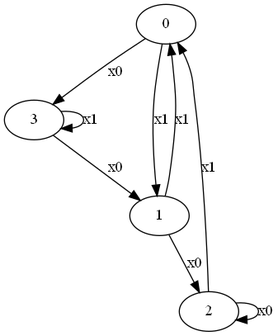
Before: transfer/graph.png, a diagram exported from Graphviz (waslost0/tafl). Its source is kept beside it as transfer/graph.dot.
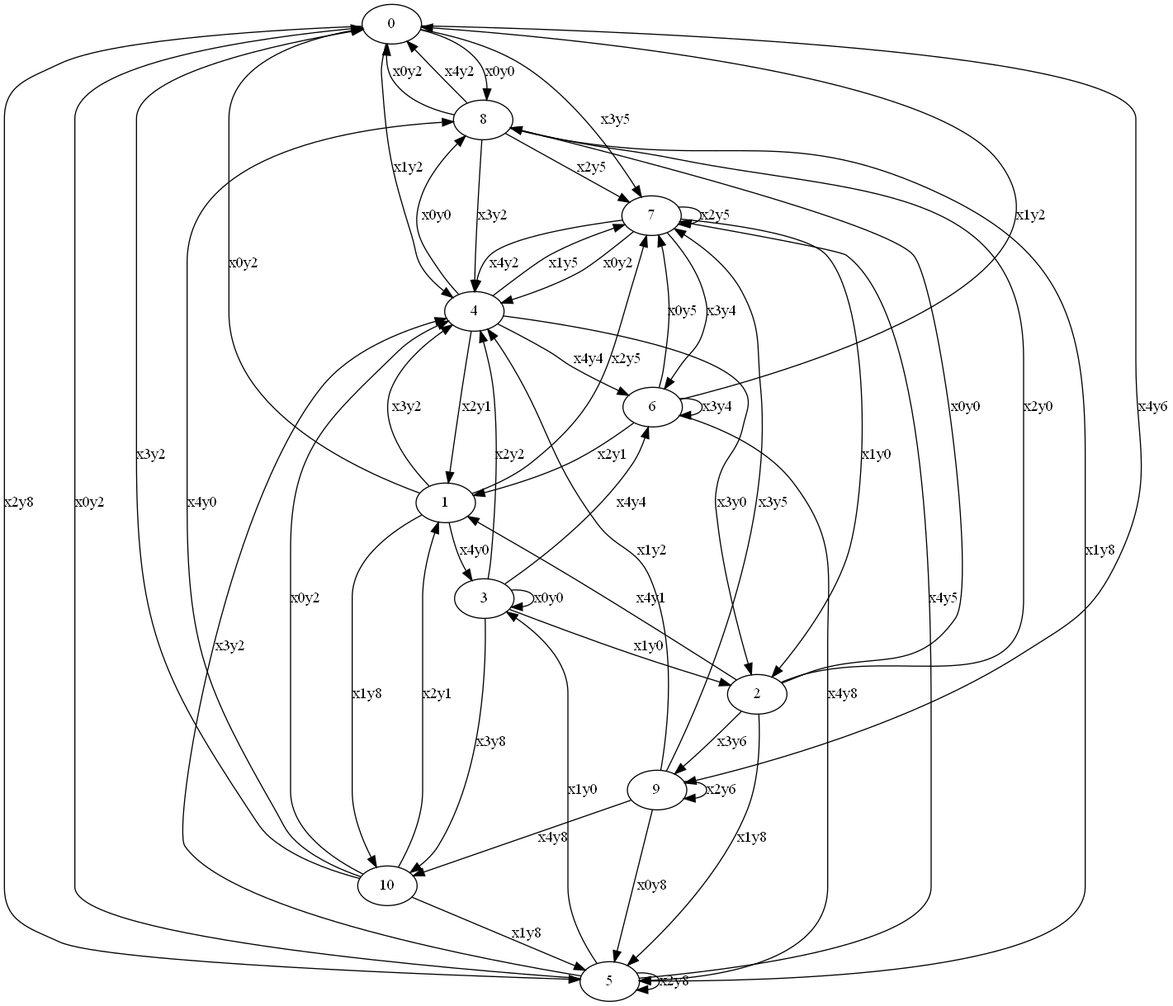
The same file after the commit.

What changed in the source:
```diff
@@ -1,10 +1,57 @@
 digraph {
-	0 -> 3[label=x0];
-	0 -> 1[label=x1];
-	1 -> 2[label=x0];
-	1 -> 0[label=x1];
-	2 -> 2[label=x0];
-	2 -> 0[label=x1];
-	3 -> 1[label=x0];
-	3 -> 3[label=x1];
+	0 -> 8[label=x0y0];
+	0 -> 4[label=x1y2];
+	0 -> 5[label=x2y8];
+	0 -> 7[label=x3y5];
+	0 -> 9[label=x4y6];
+	1 -> 0[label=x0y2];
+	1 -> 10[label=x1y8];
+	1 -> 7[label=x2y5];
+	1 -> 4[label=x3y2];
+	1 -> 3[label=x4y0];
+	2 -> 8[label=x0y0];
+	2 -> 5[label=x1y8];
+	2 -> 8[label=x2y0];
+	2 -> 9[label=x3y6];
+	2 -> 1[label=x4y1];
+	3 -> 3[label=x0y0];
+	3 -> 2[label=x1y0];
+	3 -> 4[label=x2y2];
+	3 -> 10[label=x3y8];
+	3 -> 6[label=x4y4];
+	4 -> 8[label=x0y0];
+	4 -> 7[label=x1y5];
+	4 -> 1[label=x2y1];
+	4 -> 2[label=x3y0];
+	4 -> 6[label=x4y4];
+	5 -> 0[label=x0y2];
+	5 -> 3[label=x1y0];
+	5 -> 5[label=x2y8];
+	5 -> 4[label=x3y2];
+	5 -> 7[label=x4y5];
+	6 -> 7[label=x0y5];
+	6 -> 0[label=x1y2];
+	6 -> 1[label=x2y1];
+	6 -> 6[label=x3y4];
+	6 -> 5[label=x4y8];
+	7 -> 4[label=x0y2];
+	7 -> 2[label=x1y0];
+	7 -> 7[label=x2y5];
+	7 -> 6[label=x3y4];
+	7 -> 4[label=x4y2];
+	8 -> 0[label=x0y2];
+	8 -> 5[label=x1y8];
+	8 -> 7[label=x2y5];
+	8 -> 4[label=x3y2];
+	8 -> 0[label=x4y2];
+	9 -> 5[label=x0y8];
+	9 -> 4[label=x1y2];
+	9 -> 9[label=x2y6];
+	9 -> 7[label=x3y5];
+	9 -> 10[label=x4y8];
+	10 -> 4[label=x0y2];
+	10 -> 5[label=x1y8];
+	10 -> 1[label=x2y1];
+	10 -> 0[label=x3y2];
+	10 -> 8[label=x4y0];
 }
```
